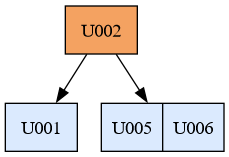
Earlier version of the Graphviz export EDD_Fase2/ProyectoF2/reportes/arbol_b_clientes.png (MynorCanel/EDD_2S2026_PY_202307548). Its source is kept beside it as EDD_Fase2/ProyectoF2/reportes/arbol_b_clientes.dot.
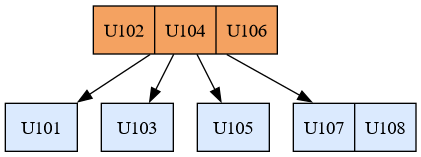
Later version of the same file.

The edit, as a diff of the source:
```diff
@@ -1,8 +1,12 @@
 digraph ArbolBClientes {
 rankdir=TB;
-nodo0 [shape=record, style=filled, fillcolor="#f4a261", label="<f0> U002"];
-nodo1 [shape=record, style=filled, fillcolor="#dbeafe", label="<f0> U001"];
+nodo0 [shape=record, style=filled, fillcolor="#f4a261", label="<f0> U102 | <f1> U104 | <f2> U106"];
+nodo1 [shape=record, style=filled, fillcolor="#dbeafe", label="<f0> U101"];
 nodo0 -> nodo1;
-nodo2 [shape=record, style=filled, fillcolor="#dbeafe", label="<f0> U005 | <f1> U006"];
+nodo2 [shape=record, style=filled, fillcolor="#dbeafe", label="<f0> U103"];
 nodo0 -> nodo2;
+nodo3 [shape=record, style=filled, fillcolor="#dbeafe", label="<f0> U105"];
+nodo0 -> nodo3;
+nodo4 [shape=record, style=filled, fillcolor="#dbeafe", label="<f0> U107 | <f1> U108"];
+nodo0 -> nodo4;
 }
```
